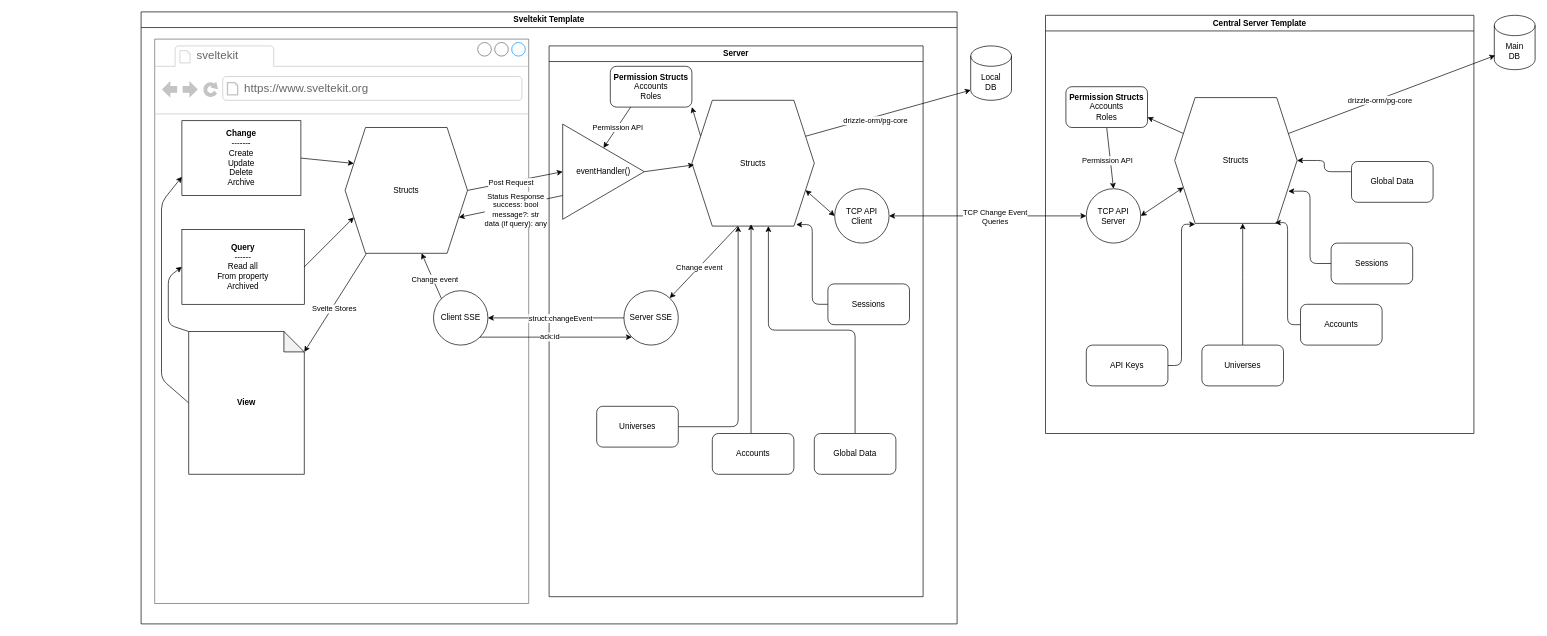
The draw.io diagram diagrams/dataflow.drawio in tsaxking/tators-dashboard-kit, before the edit. Source tidied: cells renumbered, new cells numbered last; positions are measured from the earlier drawing's top-left corner, leaving out a move shared by most shapes. Both pictures are drawn from the tidied source at 68%, with x=0, y=0 at pixel (141, 12).
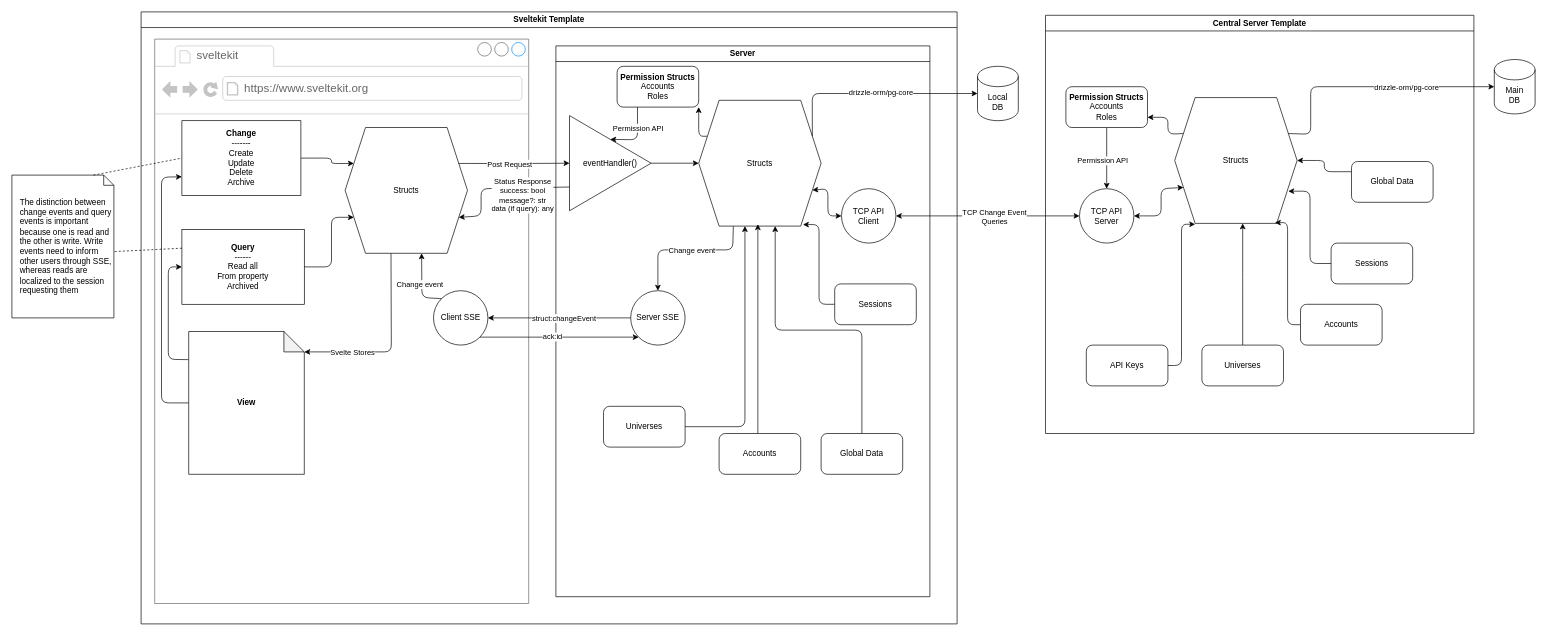
Above is the later version.

The change refers to these unchanged cells:
```xml
<mxCell id="2" value="Sveltekit Template" style="swimlane;whiteSpace=wrap;html=1;" parent="1" vertex="1">
  <mxGeometry width="1200" height="900" as="geometry" />
</mxCell>
<mxCell id="3" style="strokeWidth=1;shadow=0;dashed=0;align=center;html=1;shape=mxgraph.mockup.containers.browserWindow;rSize=0;strokeColor=#666666;strokeColor2=#008cff;strokeColor3=#c4c4c4;mainText=,;" parent="2" vertex="1">
  <mxGeometry x="20" y="40" width="550" height="830" as="geometry" />
</mxCell>
<mxCell id="6" value="&lt;b&gt;Change&lt;/b&gt;&lt;br&gt;-------&lt;br&gt;Create&lt;br&gt;Update&lt;br&gt;Delete&lt;br&gt;Archive" style="rounded=0;whiteSpace=wrap;html=1;" parent="3" vertex="1">
  <mxGeometry x="40" y="120" width="175" height="110" as="geometry" />
</mxCell>
<mxCell id="7" value="&lt;b&gt;Query&lt;/b&gt;&lt;br&gt;------&lt;br&gt;Read all&lt;br&gt;From property&lt;br&gt;Archived" style="rounded=0;whiteSpace=wrap;html=1;" parent="3" vertex="1">
  <mxGeometry x="40" y="280" width="180" height="110" as="geometry" />
</mxCell>
<mxCell id="10" value="Structs" style="shape=hexagon;perimeter=hexagonPerimeter2;whiteSpace=wrap;html=1;fixedSize=1;size=30;" parent="3" vertex="1">
  <mxGeometry x="280" y="130" width="180" height="185" as="geometry" />
</mxCell>
<mxCell id="13" value="Client SSE" style="ellipse;whiteSpace=wrap;html=1;" parent="3" vertex="1">
  <mxGeometry x="410" y="370" width="80" height="80" as="geometry" />
</mxCell>
<mxCell id="18" value="&lt;b&gt;View&lt;/b&gt;" style="shape=note;whiteSpace=wrap;html=1;backgroundOutline=1;darkOpacity=0.05;" parent="3" vertex="1">
  <mxGeometry x="50" y="430" width="170" height="210" as="geometry" />
</mxCell>
<mxCell id="23" value="Structs" style="shape=hexagon;perimeter=hexagonPerimeter2;whiteSpace=wrap;html=1;fixedSize=1;size=30;" parent="19" vertex="1">
  <mxGeometry x="210" y="80" width="180" height="185" as="geometry" />
</mxCell>
<mxCell id="24" value="Server SSE" style="ellipse;whiteSpace=wrap;html=1;" parent="19" vertex="1">
  <mxGeometry x="110" y="360" width="80" height="80" as="geometry" />
</mxCell>
<mxCell id="27" value="&lt;b&gt;Permission Structs&lt;/b&gt;&lt;br&gt;Accounts&lt;br&gt;Roles" style="rounded=1;whiteSpace=wrap;html=1;" parent="19" vertex="1">
  <mxGeometry x="90" y="30" width="120" height="60" as="geometry" />
</mxCell>
<mxCell id="30" value="TCP API Client" style="ellipse;whiteSpace=wrap;html=1;" parent="19" vertex="1">
  <mxGeometry x="420" y="210" width="80" height="80" as="geometry" />
</mxCell>
<mxCell id="48" value="Central Server Template" style="swimlane;whiteSpace=wrap;html=1;" parent="1" vertex="1">
  <mxGeometry x="1330" y="5" width="630" height="615" as="geometry" />
</mxCell>
<mxCell id="50" value="Structs" style="shape=hexagon;perimeter=hexagonPerimeter2;whiteSpace=wrap;html=1;fixedSize=1;size=30;" parent="48" vertex="1">
  <mxGeometry x="190" y="121" width="180" height="185" as="geometry" />
</mxCell>
<mxCell id="65" value="&lt;b&gt;Permission Structs&lt;/b&gt;&lt;br&gt;Accounts&lt;br&gt;Roles" style="rounded=1;whiteSpace=wrap;html=1;" parent="48" vertex="1">
  <mxGeometry x="30" y="105" width="120" height="60" as="geometry" />
</mxCell>
```

What changed in the source:
```diff
@@
-    <mxCell id="8" style="edgeStyle=none;html=1;entryX=0;entryY=0;entryDx=170;entryDy=30;entryPerimeter=0;" parent="3" edge="1" source="10" target="18">
-      <mxGeometry relative="1" as="geometry" />
+    <mxCell id="8" style="edgeStyle=none;html=1;entryX=0;entryY=0;entryDx=170;entryDy=30;entryPerimeter=0;exitX=0.375;exitY=1;exitDx=0;exitDy=0;" parent="3" edge="1" source="10" target="18">
+      <mxGeometry relative="1" as="geometry">
+        <Array as="points">
+          <mxPoint x="348" y="460" />
+          <mxPoint x="280" y="460" />
+        </Array>
+      </mxGeometry>
     </mxCell>
     <mxCell id="9" value="Svelte Stores" style="edgeLabel;html=1;align=center;verticalAlign=middle;" parent="8" vertex="1">
-      <mxGeometry x="0.1" y="3" relative="1" as="geometry" />
+      <mxGeometry x="0.1" y="3" relative="1" as="geometry">
+        <mxPoint x="-53" y="-3" as="offset" />
+      </mxGeometry>
     </mxCell>
@@
     <mxCell id="11" style="edgeStyle=none;html=1;exitX=1;exitY=0.5;exitDx=0;exitDy=0;entryX=0;entryY=0.75;entryDx=0;entryDy=0;" parent="3" edge="1" source="7" target="10">
-      <mxGeometry relative="1" as="geometry" />
+      <mxGeometry relative="1" as="geometry">
+        <Array as="points">
+          <mxPoint x="260" y="335" />
+          <mxPoint x="260" y="262" />
+        </Array>
+      </mxGeometry>
     </mxCell>
     <mxCell id="12" style="edgeStyle=none;html=1;exitX=1;exitY=0.5;exitDx=0;exitDy=0;entryX=0;entryY=0.25;entryDx=0;entryDy=0;" parent="3" edge="1" source="6" target="10">
-      <mxGeometry relative="1" as="geometry" />
+      <mxGeometry relative="1" as="geometry">
+        <Array as="points">
+          <mxPoint x="260" y="175" />
+          <mxPoint x="260" y="183" />
+        </Array>
+      </mxGeometry>
     </mxCell>
@@
     <mxCell id="14" style="edgeStyle=none;html=1;exitX=0;exitY=0;exitDx=0;exitDy=0;entryX=0.625;entryY=1;entryDx=0;entryDy=0;" parent="3" edge="1" source="13" target="10">
-      <mxGeometry relative="1" as="geometry" />
+      <mxGeometry relative="1" as="geometry">
+        <Array as="points">
+          <mxPoint x="393" y="380" />
+        </Array>
+      </mxGeometry>
     </mxCell>
     <mxCell id="15" value="Change event" style="edgeLabel;html=1;align=center;verticalAlign=middle;" parent="14" vertex="1">
-      <mxGeometry x="-0.14" y="-2" relative="1" as="geometry" />
+      <mxGeometry x="-0.14" y="-2" relative="1" as="geometry">
+        <mxPoint x="-5" y="-8" as="offset" />
+      </mxGeometry>
     </mxCell>
     <mxCell id="16" style="edgeStyle=none;html=1;exitX=0;exitY=0.5;exitDx=0;exitDy=0;exitPerimeter=0;entryX=0;entryY=0.75;entryDx=0;entryDy=0;" parent="3" edge="1" source="18" target="6">
       <mxGeometry relative="1" as="geometry">
         <Array as="points">
-          <mxPoint x="10" y="500" />
-          <mxPoint x="10" y="240" />
+          <mxPoint x="10" y="535" />
+          <mxPoint x="10" y="203" />
         </Array>
       </mxGeometry>
     </mxCell>
-    <mxCell id="17" style="edgeStyle=none;html=1;exitX=0;exitY=0;exitDx=0;exitDy=0;exitPerimeter=0;entryX=0;entryY=0.5;entryDx=0;entryDy=0;" parent="3" edge="1" source="18" target="7">
+    <mxCell id="17" style="edgeStyle=none;html=1;exitX=-0.001;exitY=0.197;exitDx=0;exitDy=0;exitPerimeter=0;entryX=0;entryY=0.5;entryDx=0;entryDy=0;" parent="3" edge="1" source="18" target="7">
       <mxGeometry relative="1" as="geometry">
         <Array as="points">
-          <mxPoint x="20" y="420" />
-          <mxPoint x="20" y="350" />
+          <mxPoint x="20" y="471" />
+          <mxPoint x="20" y="335" />
         </Array>
       </mxGeometry>
     </mxCell>
@@
     <mxCell id="19" value="Server" style="swimlane;whiteSpace=wrap;html=1;" parent="2" vertex="1">
-      <mxGeometry x="600" y="50" width="550" height="810" as="geometry" />
+      <mxGeometry x="610" y="50" width="550" height="810" as="geometry" />
     </mxCell>
-    <mxCell id="20" style="edgeStyle=none;html=1;exitX=0.375;exitY=1;exitDx=0;exitDy=0;" parent="19" edge="1" source="23" target="24">
-      <mxGeometry relative="1" as="geometry" />
+    <mxCell id="20" style="edgeStyle=none;html=1;exitX=0.283;exitY=1.001;exitDx=0;exitDy=0;exitPerimeter=0;" parent="19" edge="1" source="23" target="24">
+      <mxGeometry relative="1" as="geometry">
+        <Array as="points">
+          <mxPoint x="260" y="300" />
+          <mxPoint x="150" y="300" />
+        </Array>
+      </mxGeometry>
     </mxCell>
     <mxCell id="21" value="Change event" style="edgeLabel;html=1;align=center;verticalAlign=middle;" parent="20" vertex="1">
-      <mxGeometry x="0.14" relative="1" as="geometry" />
+      <mxGeometry x="0.14" relative="1" as="geometry">
+        <mxPoint x="22" as="offset" />
+      </mxGeometry>
     </mxCell>
     <mxCell id="22" style="edgeStyle=none;html=1;exitX=0;exitY=0.25;exitDx=0;exitDy=0;entryX=1;entryY=1;entryDx=0;entryDy=0;" parent="19" edge="1" source="23" target="27">
-      <mxGeometry relative="1" as="geometry" />
+      <mxGeometry relative="1" as="geometry">
+        <Array as="points">
+          <mxPoint x="210" y="133" />
+        </Array>
+      </mxGeometry>
     </mxCell>
@@
-    <mxCell id="25" style="edgeStyle=none;html=1;exitX=1;exitY=0.5;exitDx=0;exitDy=0;entryX=0.017;entryY=0.513;entryDx=0;entryDy=0;entryPerimeter=0;" parent="19" edge="1" source="26" target="23">
+    <mxCell id="25" style="edgeStyle=none;html=1;exitX=1;exitY=0.5;exitDx=0;exitDy=0;entryX=0;entryY=0.5;entryDx=0;entryDy=0;" parent="19" edge="1" source="26" target="23">
       <mxGeometry relative="1" as="geometry" />
     </mxCell>
     <mxCell id="26" value="eventHandler()" style="triangle;whiteSpace=wrap;html=1;" parent="19" vertex="1">
-      <mxGeometry x="20" y="115" width="120" height="140" as="geometry" />
+      <mxGeometry x="20" y="102.5" width="120" height="140" as="geometry" />
     </mxCell>
@@
     <mxCell id="28" style="edgeStyle=none;html=1;exitX=0.25;exitY=1;exitDx=0;exitDy=0;entryX=0.5;entryY=0;entryDx=0;entryDy=0;" parent="19" edge="1" source="27" target="26">
-      <mxGeometry relative="1" as="geometry" />
+      <mxGeometry relative="1" as="geometry">
+        <Array as="points">
+          <mxPoint x="120" y="138" />
+        </Array>
+      </mxGeometry>
     </mxCell>
     <mxCell id="29" value="Permission API" style="edgeLabel;html=1;align=center;verticalAlign=middle;" parent="28" vertex="1">
-      <mxGeometry x="0.01" relative="1" as="geometry" />
+      <mxGeometry x="0.01" relative="1" as="geometry">
+        <mxPoint y="-14" as="offset" />
+      </mxGeometry>
     </mxCell>
@@
     <mxCell id="31" style="endArrow=classic;startArrow=classic;html=1;entryX=0;entryY=0.5;entryDx=0;entryDy=0;exitX=1;exitY=0.75;exitDx=0;exitDy=0;" parent="19" edge="1" source="23" target="30">
-      <mxGeometry relative="1" as="geometry" />
+      <mxGeometry relative="1" as="geometry">
+        <Array as="points">
+          <mxPoint x="400" y="210" />
+          <mxPoint x="400" y="250" />
+        </Array>
+      </mxGeometry>
     </mxCell>
@@
-    <mxCell id="42" style="edgeStyle=none;html=1;exitX=1;exitY=0.5;exitDx=0;exitDy=0;entryX=0;entryY=0.5;entryDx=0;entryDy=0;" parent="2" edge="1" source="10" target="26">
-      <mxGeometry relative="1" as="geometry" />
+    <mxCell id="42" style="edgeStyle=none;html=1;exitX=1;exitY=0.25;exitDx=0;exitDy=0;entryX=0;entryY=0.5;entryDx=0;entryDy=0;" parent="2" edge="1" source="10" target="26">
+      <mxGeometry relative="1" as="geometry">
+        <Array as="points">
+          <mxPoint x="550" y="223" />
+        </Array>
+      </mxGeometry>
     </mxCell>
@@
     <mxCell id="44" style="edgeStyle=none;html=1;exitX=0;exitY=0.75;exitDx=0;exitDy=0;entryX=1;entryY=0.75;entryDx=0;entryDy=0;" parent="2" edge="1" source="26" target="10">
-      <mxGeometry relative="1" as="geometry" />
+      <mxGeometry relative="1" as="geometry">
+        <Array as="points">
+          <mxPoint x="500" y="260" />
+          <mxPoint x="500" y="300" />
+        </Array>
+      </mxGeometry>
     </mxCell>
     <mxCell id="45" value="Status Response&lt;br&gt;success: bool&lt;br&gt;message?: str&lt;br&gt;data (if query): any" style="edgeLabel;html=1;align=center;verticalAlign=middle;" parent="44" vertex="1">
       <mxGeometry x="0.17" y="2" relative="1" as="geometry">
-        <mxPoint x="19" as="offset" />
+        <mxPoint x="49" y="8" as="offset" />
       </mxGeometry>
     </mxCell>
@@
     <mxCell id="49" style="edgeStyle=none;html=1;exitX=0;exitY=0.25;exitDx=0;exitDy=0;entryX=1;entryY=0.75;entryDx=0;entryDy=0;" parent="48" edge="1" source="50" target="65">
-      <mxGeometry relative="1" as="geometry" />
+      <mxGeometry relative="1" as="geometry">
+        <Array as="points">
+          <mxPoint x="180" y="175" />
+          <mxPoint x="180" y="150" />
+        </Array>
+      </mxGeometry>
     </mxCell>
@@
     <mxCell id="59" value="TCP API Server" style="ellipse;whiteSpace=wrap;html=1;" parent="48" vertex="1">
-      <mxGeometry x="60" y="255" width="80" height="80" as="geometry" />
+      <mxGeometry x="50" y="255" width="80" height="80" as="geometry" />
     </mxCell>
@@
     <mxCell id="62" style="endArrow=classic;startArrow=classic;html=1;entryX=0;entryY=0.75;entryDx=0;entryDy=0;exitX=1;exitY=0.5;exitDx=0;exitDy=0;" parent="48" edge="1" source="59" target="50">
-      <mxGeometry relative="1" as="geometry" />
+      <mxGeometry relative="1" as="geometry">
+        <Array as="points">
+          <mxPoint x="170" y="295" />
+          <mxPoint x="170" y="255" />
+        </Array>
+      </mxGeometry>
     </mxCell>
@@
     <mxCell id="66" value="Main&lt;br&gt;DB" style="shape=cylinder3;whiteSpace=wrap;html=1;boundedLbl=1;backgroundOutline=1;size=15;" parent="1" vertex="1">
-      <mxGeometry x="1990" y="5" width="60" height="80" as="geometry" />
+      <mxGeometry x="1990" y="70" width="60" height="80" as="geometry" />
     </mxCell>
-    <mxCell id="67" style="edgeStyle=none;html=1;exitX=1;exitY=0.25;exitDx=0;exitDy=0;entryX=0.022;entryY=0.738;entryDx=0;entryDy=0;entryPerimeter=0;" parent="1" edge="1" source="50" target="66">
-      <mxGeometry relative="1" as="geometry" />
+    <mxCell id="67" style="edgeStyle=none;html=1;exitX=1;exitY=0.25;exitDx=0;exitDy=0;entryX=0;entryY=0.5;entryDx=0;entryDy=0;entryPerimeter=0;" parent="1" edge="1" source="50" target="66">
+      <mxGeometry relative="1" as="geometry">
+        <Array as="points">
+          <mxPoint x="1720" y="180" />
+          <mxPoint x="1720" y="110" />
+        </Array>
+      </mxGeometry>
     </mxCell>
     <mxCell id="68" value="drizzle-orm/pg-core" style="edgeLabel;html=1;align=center;verticalAlign=middle;" parent="67" vertex="1">
-      <mxGeometry x="-0.12" y="-1" relative="1" as="geometry" />
+      <mxGeometry x="-0.12" y="-1" relative="1" as="geometry">
+        <mxPoint x="79" y="-1" as="offset" />
+      </mxGeometry>
     </mxCell>
@@
     <mxCell id="71" value="Local&lt;br&gt;DB" style="shape=cylinder3;whiteSpace=wrap;html=1;boundedLbl=1;backgroundOutline=1;size=15;" parent="1" vertex="1">
-      <mxGeometry x="1220" y="50" width="60" height="80" as="geometry" />
+      <mxGeometry x="1230" y="80" width="60" height="80" as="geometry" />
     </mxCell>
-    <mxCell id="72" style="edgeStyle=none;html=1;exitX=1;exitY=0.25;exitDx=0;exitDy=0;entryX=0;entryY=1;entryDx=0;entryDy=-15;entryPerimeter=0;" parent="1" edge="1" source="23" target="71">
-      <mxGeometry relative="1" as="geometry" />
+    <mxCell id="72" style="edgeStyle=none;html=1;exitX=1;exitY=0.25;exitDx=0;exitDy=0;entryX=0;entryY=0.5;entryDx=0;entryDy=0;entryPerimeter=0;" parent="1" edge="1" source="23" target="71">
+      <mxGeometry relative="1" as="geometry">
+        <Array as="points">
+          <mxPoint x="987" y="120" />
+        </Array>
+      </mxGeometry>
     </mxCell>
     <mxCell id="73" value="drizzle-orm/pg-core" style="edgeLabel;html=1;align=center;verticalAlign=middle;" parent="72" vertex="1">
-      <mxGeometry x="-0.17" y="-5" relative="1" as="geometry" />
+      <mxGeometry x="-0.17" y="-5" relative="1" as="geometry">
+        <mxPoint x="36" y="-7" as="offset" />
+      </mxGeometry>
     </mxCell>
+    <mxCell id="74" value="The distinction between change events and query events is important because one is read and the other is write. Write events need to inform other users through SSE, whereas reads are localized to the session requesting them" style="shape=note;size=15;align=left;spacingLeft=10;html=1;whiteSpace=wrap;" parent="1" vertex="1">
+      <mxGeometry x="-190" y="240" width="150" height="210" as="geometry" />
+    </mxCell>
+    <mxCell id="75" style="edgeStyle=none;endArrow=none;exitX=0.8;exitY=0;dashed=1;html=1;entryX=0;entryY=0.5;entryDx=0;entryDy=0;" parent="1" edge="1" source="74" target="6">
+      <mxGeometry x="1" relative="1" as="geometry" />
+    </mxCell>
+    <mxCell id="76" style="endArrow=none;dashed=1;html=1;entryX=0;entryY=0;entryDx=150;entryDy=112.5;entryPerimeter=0;exitX=0;exitY=0.25;exitDx=0;exitDy=0;" parent="1" edge="1" source="7" target="74">
+      <mxGeometry relative="1" as="geometry" />
+    </mxCell>
```
